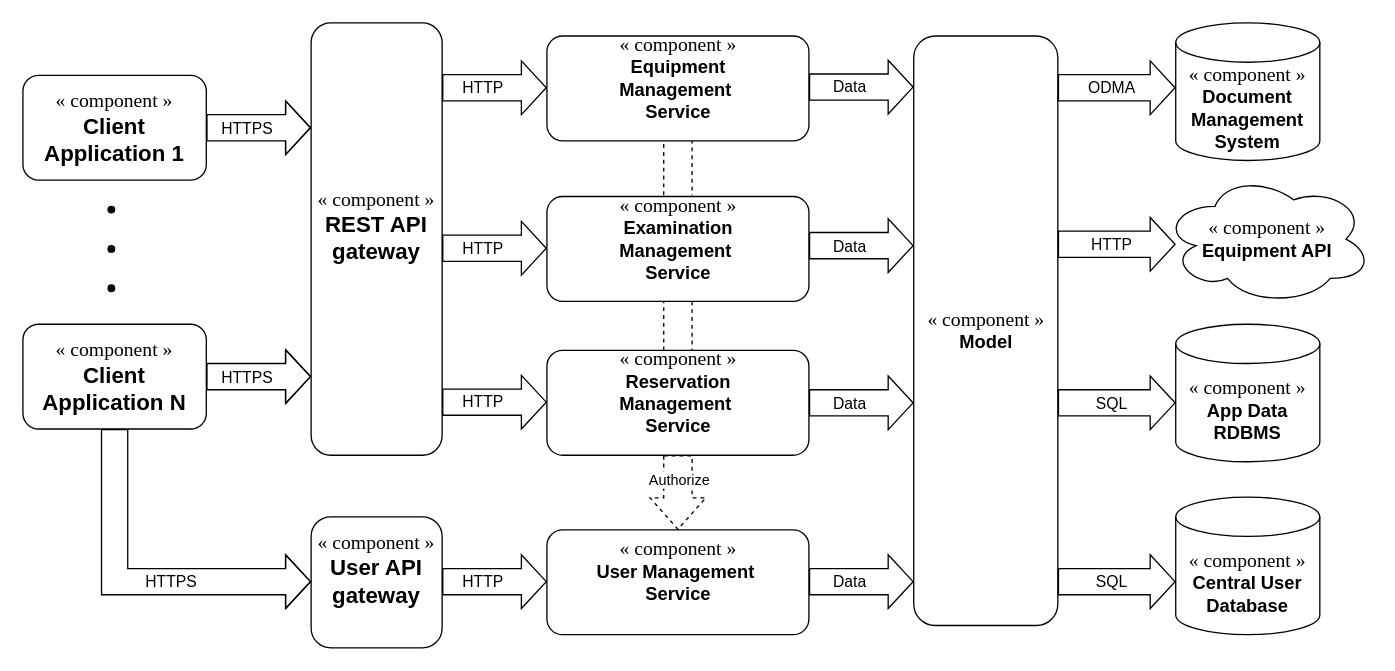
patmach/DocSwArch keeps this draw.io diagram as img/src/CnC.drawio. Above is the earlier version. Source tidied: cells renumbered, new cells numbered last; positions are measured from the earlier drawing's top-left corner, leaving out a move shared by most shapes. Both pictures are drawn from the tidied source at 131%, with x=0, y=0 at pixel (22, 22).
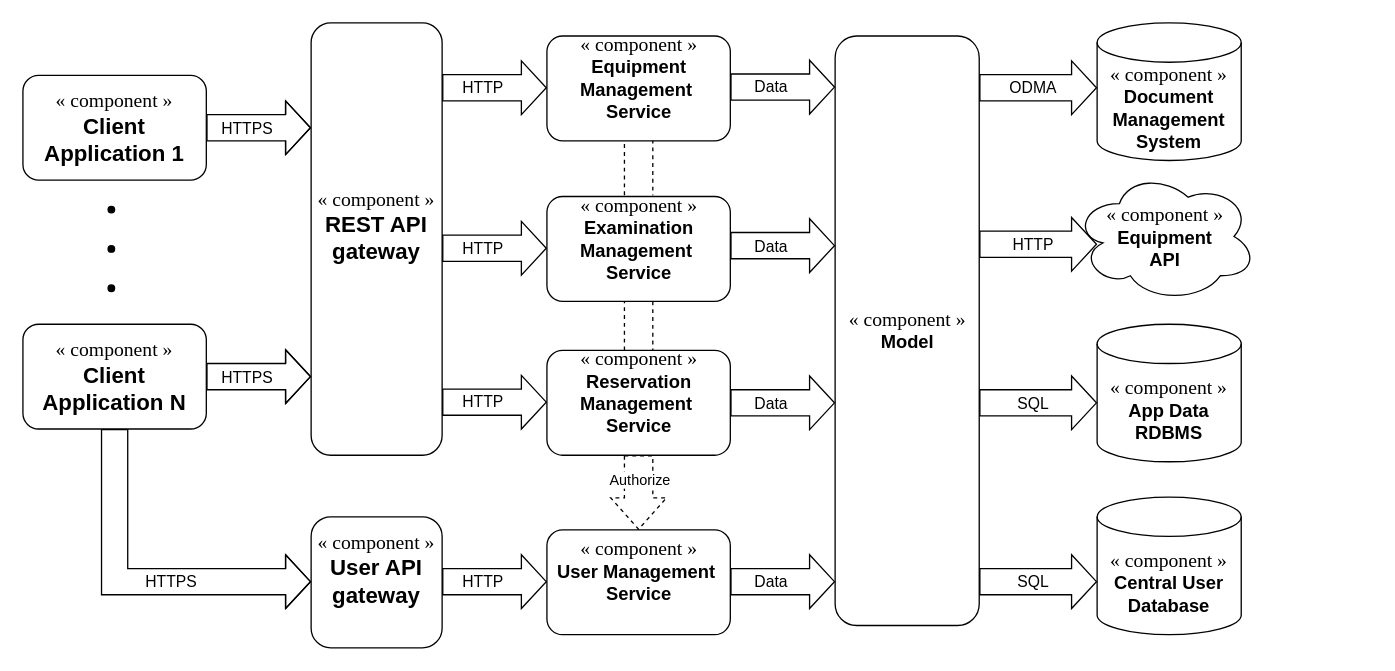
The same diagram, later.

What changed in the source:
```diff
@@
+    <mxCell id="39" value="&lt;font face=&quot;Garamond&quot;&gt;&lt;font style=&quot;font-size: 15px&quot;&gt;«&amp;nbsp;component&amp;nbsp;»&lt;/font&gt;&lt;br&gt;&lt;/font&gt;&lt;b style=&quot;font-size: 14px&quot;&gt;Equipment&lt;br&gt;API&lt;/b&gt;" style="ellipse;shape=cloud;whiteSpace=wrap;html=1;" parent="1" vertex="1">
+      <mxGeometry x="802" y="113" width="140" height="100" as="geometry" />
+    </mxCell>
@@
     <mxCell id="17" value="&lt;font face=&quot;Garamond&quot;&gt;&lt;font style=&quot;font-size: 15px&quot;&gt;« &lt;font style=&quot;font-size: 15px&quot;&gt;component &lt;/font&gt;»&lt;/font&gt;&lt;br&gt;&lt;/font&gt;&lt;b style=&quot;font-size: 14px&quot;&gt;&lt;span&gt;Reservation&lt;br&gt;Management&amp;nbsp;&lt;/span&gt;&lt;br&gt;&lt;span&gt;Service&lt;/span&gt;&lt;br&gt;&lt;br&gt;&lt;/b&gt;" style="html=1;fontSize=12;rounded=1;" parent="1" vertex="1">
-      <mxGeometry x="400" y="250" width="200" height="80" as="geometry" />
+      <mxGeometry x="400" y="250" width="140" height="80" as="geometry" />
     </mxCell>
     <mxCell id="18" style="edgeStyle=orthogonalEdgeStyle;shape=link;rounded=0;orthogonalLoop=1;jettySize=auto;html=1;exitX=0.5;exitY=1;exitDx=0;exitDy=0;entryX=0.5;entryY=0;entryDx=0;entryDy=0;dashed=1;width=21.666666666666668;" parent="1" edge="1">
       <mxGeometry relative="1" as="geometry">
-        <mxPoint x="500" y="89" as="sourcePoint" />
-        <mxPoint x="500" y="131.5" as="targetPoint" />
+        <mxPoint x="470" y="89" as="sourcePoint" />
+        <mxPoint x="470" y="131.5" as="targetPoint" />
+        <Array as="points">
+          <mxPoint x="500" y="110" />
+          <mxPoint x="500" y="110" />
+        </Array>
       </mxGeometry>
     </mxCell>
     <mxCell id="19" value="&lt;font face=&quot;Garamond&quot;&gt;&lt;font style=&quot;font-size: 15px&quot;&gt;« &lt;font style=&quot;font-size: 15px&quot;&gt;component &lt;/font&gt;»&lt;/font&gt;&lt;br&gt;&lt;/font&gt;&lt;b style=&quot;font-size: 14px&quot;&gt;&lt;span&gt;Equipment&lt;br&gt;Management&amp;nbsp;&lt;/span&gt;&lt;br&gt;&lt;span&gt;Service&lt;/span&gt;&lt;br&gt;&lt;br&gt;&lt;/b&gt;" style="html=1;fontSize=12;rounded=1;" parent="1" vertex="1">
-      <mxGeometry x="400" y="10" width="200" height="80" as="geometry" />
+      <mxGeometry x="400" y="10" width="140" height="80" as="geometry" />
     </mxCell>
@@
     <mxCell id="27" value="&lt;font face=&quot;Garamond&quot;&gt;&lt;font style=&quot;font-size: 15px&quot;&gt;« &lt;font style=&quot;font-size: 15px&quot;&gt;component &lt;/font&gt;»&lt;/font&gt;&lt;br&gt;&lt;/font&gt;&lt;b style=&quot;font-size: 14px&quot;&gt;&lt;span&gt;Examination&lt;br&gt;Management&amp;nbsp;&lt;/span&gt;&lt;br&gt;&lt;span&gt;Service&lt;/span&gt;&lt;br&gt;&lt;br&gt;&lt;/b&gt;" style="html=1;fontSize=12;rounded=1;" parent="1" vertex="1">
-      <mxGeometry x="400" y="132.5" width="200" height="80" as="geometry" />
+      <mxGeometry x="400" y="132.5" width="140" height="80" as="geometry" />
     </mxCell>
@@
     <mxCell id="30" value="&lt;font face=&quot;Garamond&quot;&gt;&lt;font style=&quot;font-size: 15px&quot;&gt;« &lt;font style=&quot;font-size: 15px&quot;&gt;component &lt;/font&gt;»&lt;/font&gt;&lt;br&gt;&lt;/font&gt;&lt;b style=&quot;font-size: 14px&quot;&gt;&lt;span&gt;User Management&amp;nbsp;&lt;/span&gt;&lt;br&gt;&lt;span&gt;Service&lt;/span&gt;&lt;br&gt;&lt;br&gt;&lt;/b&gt;" style="html=1;fontSize=12;rounded=1;" parent="1" vertex="1">
-      <mxGeometry x="400" y="387" width="200" height="80" as="geometry" />
+      <mxGeometry x="400" y="387" width="140" height="80" as="geometry" />
     </mxCell>
@@
     <mxCell id="33" value="&lt;font face=&quot;Garamond&quot;&gt;&lt;font style=&quot;font-size: 15px&quot;&gt;«&amp;nbsp;component&amp;nbsp;»&lt;/font&gt;&lt;br&gt;&lt;/font&gt;&lt;b style=&quot;font-size: 14px&quot;&gt;Model&lt;br&gt;&lt;/b&gt;" style="html=1;fontSize=12;rounded=1;" parent="1" vertex="1">
-      <mxGeometry x="680" y="10" width="110" height="450" as="geometry" />
+      <mxGeometry x="620" y="10" width="110" height="450" as="geometry" />
     </mxCell>
     <mxCell id="34" style="edgeStyle=orthogonalEdgeStyle;rounded=0;orthogonalLoop=1;jettySize=auto;html=1;fontSize=17;shape=flexArrow;targetPerimeterSpacing=0;width=20;endSize=6;exitX=1;exitY=0.5;exitDx=0;exitDy=0;entryX=0;entryY=0.5;entryDx=0;entryDy=0;" parent="1" edge="1">
       <mxGeometry relative="1" as="geometry">
-        <mxPoint x="600" y="49" as="sourcePoint" />
-        <mxPoint x="680" y="49" as="targetPoint" />
+        <mxPoint x="540" y="49" as="sourcePoint" />
+        <mxPoint x="620" y="49" as="targetPoint" />
         <Array as="points">
-          <mxPoint x="680" y="49" />
+          <mxPoint x="620" y="49" />
         </Array>
       </mxGeometry>
     </mxCell>
@@
     <mxCell id="36" style="edgeStyle=orthogonalEdgeStyle;rounded=0;orthogonalLoop=1;jettySize=auto;html=1;fontSize=17;shape=flexArrow;targetPerimeterSpacing=0;width=20;endSize=6;exitX=1;exitY=0.5;exitDx=0;exitDy=0;entryX=0;entryY=0.5;entryDx=0;entryDy=0;" parent="1" edge="1">
       <mxGeometry relative="1" as="geometry">
-        <mxPoint x="600" y="170" as="sourcePoint" />
-        <mxPoint x="680" y="170" as="targetPoint" />
+        <mxPoint x="540" y="170" as="sourcePoint" />
+        <mxPoint x="620" y="170" as="targetPoint" />
         <Array as="points">
-          <mxPoint x="680" y="170" />
+          <mxPoint x="620" y="170" />
         </Array>
       </mxGeometry>
     </mxCell>
@@
     <mxCell id="38" value="&lt;font face=&quot;Garamond&quot;&gt;&lt;font style=&quot;font-size: 15px&quot;&gt;«&amp;nbsp;component&amp;nbsp;»&lt;/font&gt;&lt;br&gt;&lt;/font&gt;&lt;b style=&quot;font-size: 14px&quot;&gt;Document Management System&lt;/b&gt;" style="shape=cylinder3;whiteSpace=wrap;html=1;boundedLbl=1;backgroundOutline=1;size=15;fontSize=12;" parent="1" vertex="1">
-      <mxGeometry x="880" width="110" height="105" as="geometry" />
+      <mxGeometry x="820" width="110" height="105" as="geometry" />
     </mxCell>
-    <mxCell id="39" value="&lt;font face=&quot;Garamond&quot;&gt;&lt;font style=&quot;font-size: 15px&quot;&gt;«&amp;nbsp;component&amp;nbsp;»&lt;/font&gt;&lt;br&gt;&lt;/font&gt;&lt;b style=&quot;font-size: 14px&quot;&gt;Equipment API&lt;/b&gt;" style="ellipse;shape=cloud;whiteSpace=wrap;html=1;" parent="1" vertex="1">
-      <mxGeometry x="870" y="115" width="160" height="100" as="geometry" />
-    </mxCell>
     <mxCell id="40" value="&lt;font face=&quot;Garamond&quot;&gt;&lt;font style=&quot;font-size: 15px&quot;&gt;«&amp;nbsp;component&amp;nbsp;»&lt;/font&gt;&lt;br&gt;&lt;/font&gt;&lt;b style=&quot;font-size: 14px&quot;&gt;App Data RDBMS&lt;/b&gt;" style="shape=cylinder3;whiteSpace=wrap;html=1;boundedLbl=1;backgroundOutline=1;size=15;fontSize=12;" parent="1" vertex="1">
-      <mxGeometry x="880" y="230" width="110" height="105" as="geometry" />
+      <mxGeometry x="820" y="230" width="110" height="105" as="geometry" />
     </mxCell>
     <mxCell id="41" value="&lt;font face=&quot;Garamond&quot;&gt;&lt;font style=&quot;font-size: 15px&quot;&gt;«&amp;nbsp;component&amp;nbsp;»&lt;/font&gt;&lt;br&gt;&lt;/font&gt;&lt;b style=&quot;font-size: 14px&quot;&gt;Central User Database&lt;/b&gt;" style="shape=cylinder3;whiteSpace=wrap;html=1;boundedLbl=1;backgroundOutline=1;size=15;fontSize=12;" parent="1" vertex="1">
-      <mxGeometry x="880" y="362" width="110" height="105" as="geometry" />
+      <mxGeometry x="820" y="362" width="110" height="105" as="geometry" />
     </mxCell>
     <mxCell id="42" style="edgeStyle=orthogonalEdgeStyle;rounded=0;orthogonalLoop=1;jettySize=auto;html=1;fontSize=17;shape=flexArrow;targetPerimeterSpacing=0;width=20;endSize=6;exitX=1;exitY=0.5;exitDx=0;exitDy=0;entryX=0;entryY=0.5;entryDx=0;entryDy=0;" parent="1" edge="1">
       <mxGeometry relative="1" as="geometry">
-        <mxPoint x="600" y="426.5" as="sourcePoint" />
-        <mxPoint x="680" y="426.5" as="targetPoint" />
+        <mxPoint x="540" y="426.5" as="sourcePoint" />
+        <mxPoint x="620" y="426.5" as="targetPoint" />
         <Array as="points">
-          <mxPoint x="680" y="426.5" />
+          <mxPoint x="620" y="426.5" />
         </Array>
       </mxGeometry>
     </mxCell>
@@
     <mxCell id="44" style="edgeStyle=orthogonalEdgeStyle;rounded=0;orthogonalLoop=1;jettySize=auto;html=1;fontSize=17;shape=flexArrow;targetPerimeterSpacing=0;width=20;endSize=6;entryX=0;entryY=0.5;entryDx=0;entryDy=0;" parent="1" edge="1">
       <mxGeometry relative="1" as="geometry">
-        <mxPoint x="790" y="290" as="sourcePoint" />
-        <mxPoint x="880" y="290" as="targetPoint" />
+        <mxPoint x="730" y="290" as="sourcePoint" />
+        <mxPoint x="820" y="290" as="targetPoint" />
       </mxGeometry>
     </mxCell>
@@
     <mxCell id="48" style="edgeStyle=orthogonalEdgeStyle;rounded=0;orthogonalLoop=1;jettySize=auto;html=1;fontSize=17;shape=flexArrow;targetPerimeterSpacing=0;width=20;endSize=6;entryX=0;entryY=0.5;entryDx=0;entryDy=0;" parent="1" edge="1">
       <mxGeometry relative="1" as="geometry">
-        <mxPoint x="790" y="426.5" as="sourcePoint" />
-        <mxPoint x="880" y="426.5" as="targetPoint" />
+        <mxPoint x="730" y="426.5" as="sourcePoint" />
+        <mxPoint x="820" y="426.5" as="targetPoint" />
       </mxGeometry>
     </mxCell>
@@
     <mxCell id="50" style="edgeStyle=orthogonalEdgeStyle;rounded=0;orthogonalLoop=1;jettySize=auto;html=1;fontSize=17;shape=flexArrow;targetPerimeterSpacing=0;width=20;endSize=6;exitX=1;exitY=0.5;exitDx=0;exitDy=0;entryX=0;entryY=0.5;entryDx=0;entryDy=0;" parent="1" edge="1">
       <mxGeometry relative="1" as="geometry">
-        <mxPoint x="600" y="290" as="sourcePoint" />
-        <mxPoint x="680" y="290" as="targetPoint" />
+        <mxPoint x="540" y="290" as="sourcePoint" />
+        <mxPoint x="620" y="290" as="targetPoint" />
         <Array as="points">
-          <mxPoint x="680" y="290" />
+          <mxPoint x="620" y="290" />
         </Array>
       </mxGeometry>
     </mxCell>
@@
     <mxCell id="52" style="edgeStyle=orthogonalEdgeStyle;rounded=0;orthogonalLoop=1;jettySize=auto;html=1;fontSize=17;shape=flexArrow;targetPerimeterSpacing=0;width=20;endSize=6;entryX=0;entryY=0.5;entryDx=0;entryDy=0;" parent="1" edge="1">
       <mxGeometry relative="1" as="geometry">
-        <mxPoint x="790" y="49.5" as="sourcePoint" />
-        <mxPoint x="880" y="49.5" as="targetPoint" />
+        <mxPoint x="730" y="49.5" as="sourcePoint" />
+        <mxPoint x="820" y="49.5" as="targetPoint" />
       </mxGeometry>
     </mxCell>
@@
     <mxCell id="54" style="edgeStyle=orthogonalEdgeStyle;rounded=0;orthogonalLoop=1;jettySize=auto;html=1;fontSize=17;shape=flexArrow;targetPerimeterSpacing=0;width=20;endSize=6;entryX=0;entryY=0.5;entryDx=0;entryDy=0;" parent="1" edge="1">
       <mxGeometry relative="1" as="geometry">
-        <mxPoint x="790" y="169" as="sourcePoint" />
-        <mxPoint x="880" y="169" as="targetPoint" />
+        <mxPoint x="730" y="169" as="sourcePoint" />
+        <mxPoint x="820" y="169" as="targetPoint" />
       </mxGeometry>
     </mxCell>
```
